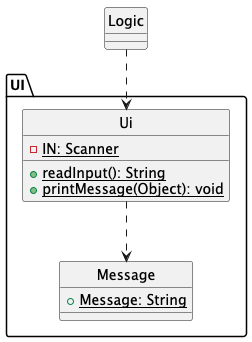
Above: docs/uml/ui_package.png in je-nnyt/tp (PlantUML), before the change.
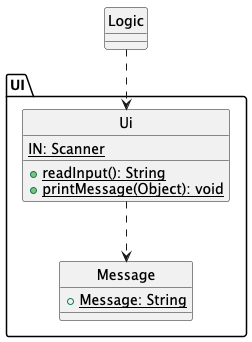
The same file after the commit.

The edit, as a diff of the source:
```diff
@@ -3,7 +3,7 @@
 
 package "UI" {
   class Ui {
-  {static}-IN: Scanner
+  {static}IN: Scanner
   {static}+readInput(): String
   {static}+printMessage(Object): void
   }
```
